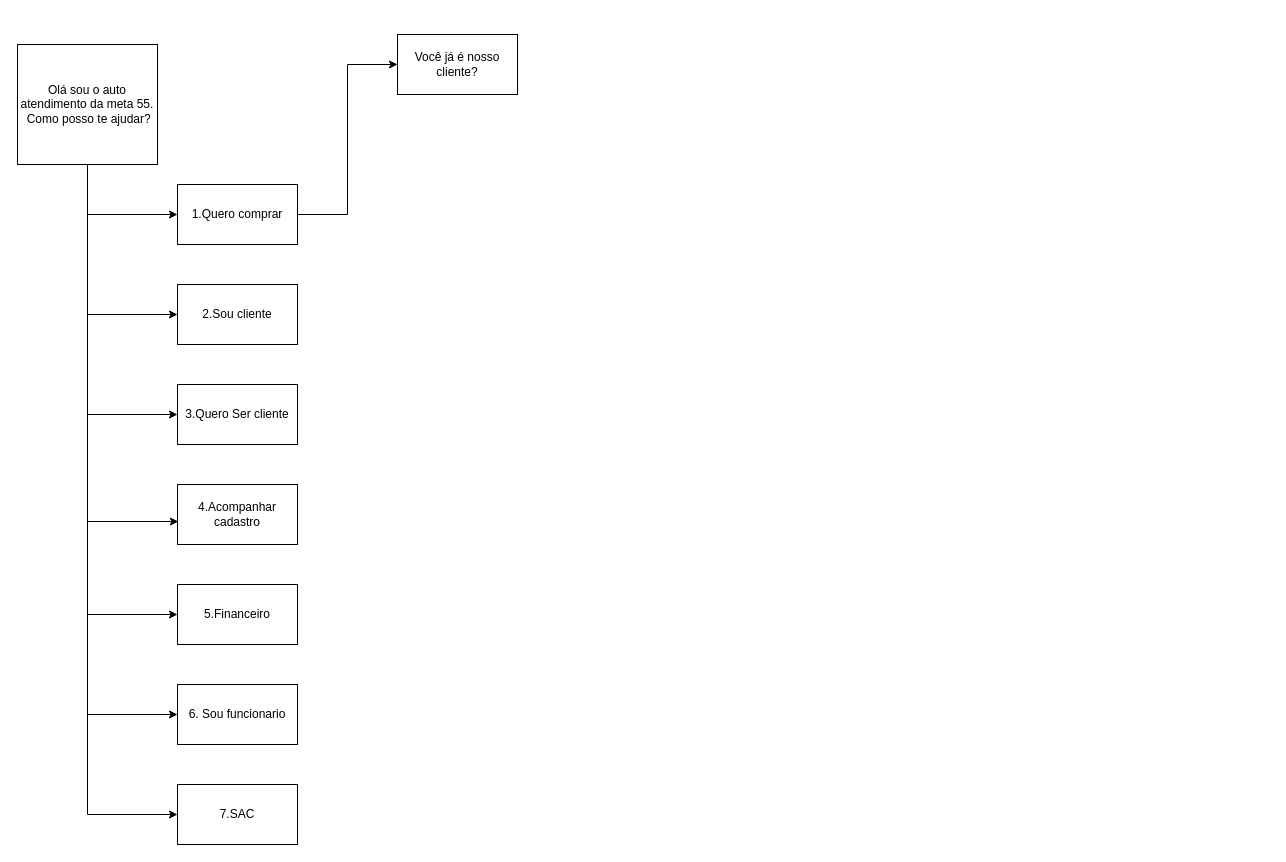
SamuelvLopes/assents keeps this draw.io diagram as Untitled Diagram.drawio. Above is the earlier version. Source tidied: cells renumbered, new cells numbered last; positions are measured from the earlier drawing's top-left corner, leaving out a move shared by most shapes. Both pictures are drawn from the tidied source at 100%, with x=0, y=0 at pixel (17, 34).
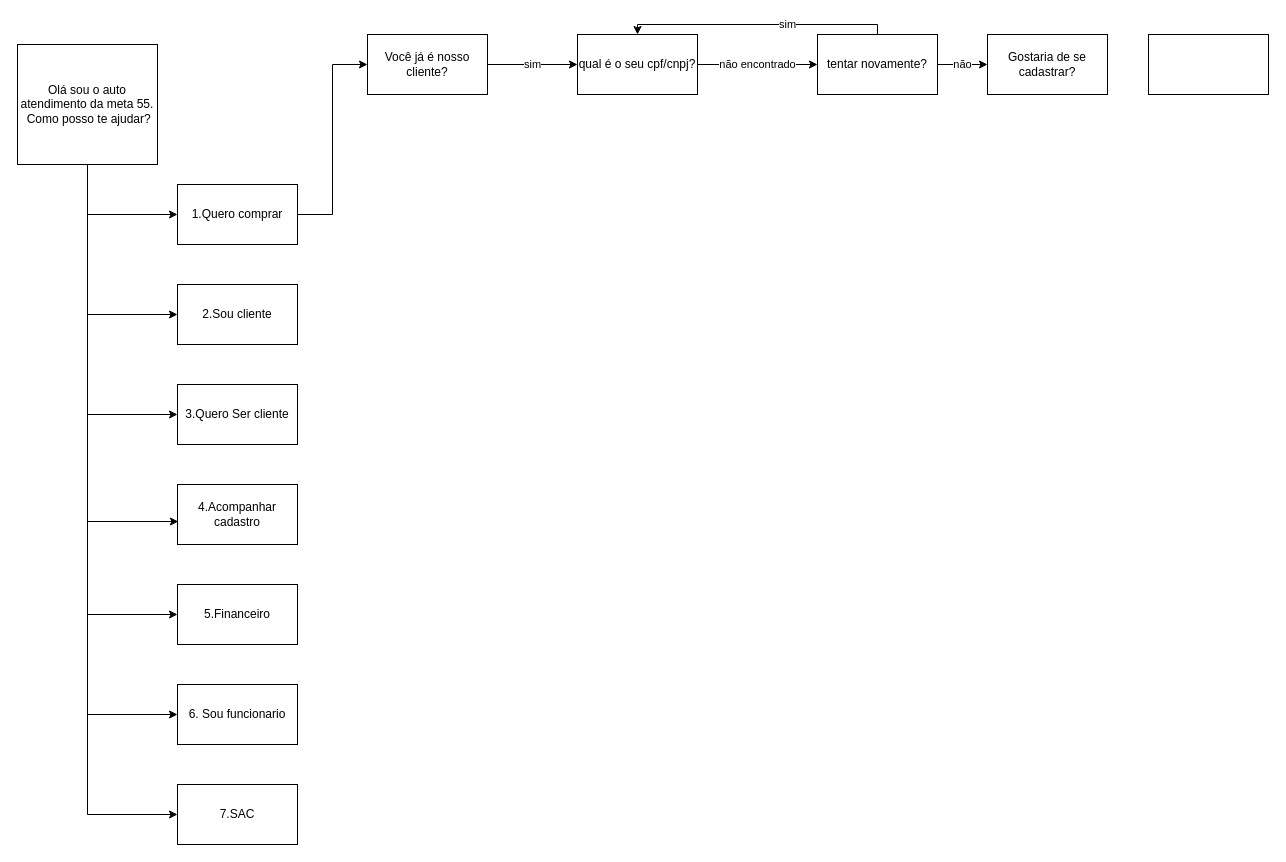
The same page after the edit.

Diff of the diagram source:
```diff
@@
+    <mxCell id="19" value="sim&lt;br&gt;" style="edgeStyle=orthogonalEdgeStyle;rounded=0;jettySize=auto;html=1;exitX=1;exitY=0.5;exitDx=0;exitDy=0;entryX=0;entryY=0.5;entryDx=0;entryDy=0;" parent="1" edge="1" source="18" target="21">
+      <mxGeometry relative="1" as="geometry" />
+    </mxCell>
     <mxCell id="18" value="Você já é nosso cliente?" style="rounded=0;whiteSpace=wrap;html=1;" parent="1" vertex="1">
-      <mxGeometry x="380" width="120" height="60" as="geometry" />
+      <mxGeometry x="350" width="120" height="60" as="geometry" />
     </mxCell>
+    <mxCell id="20" value="não encontrado" style="edgeStyle=orthogonalEdgeStyle;rounded=0;jettySize=auto;html=1;exitX=1;exitY=0.5;exitDx=0;exitDy=0;entryX=0;entryY=0.5;entryDx=0;entryDy=0;" parent="1" edge="1" source="21" target="24">
+      <mxGeometry relative="1" as="geometry" />
+    </mxCell>
+    <mxCell id="21" value="qual é o seu cpf/cnpj?&lt;br&gt;" style="rounded=0;whiteSpace=wrap;html=1;" parent="1" vertex="1">
+      <mxGeometry x="560" width="120" height="60" as="geometry" />
+    </mxCell>
+    <mxCell id="22" value="sim" style="edgeStyle=orthogonalEdgeStyle;rounded=0;jettySize=auto;html=1;exitX=0.5;exitY=1;exitDx=0;exitDy=0;" parent="1" edge="1" source="24">
+      <mxGeometry relative="1" as="geometry">
+        <mxPoint x="620" as="targetPoint" />
+        <Array as="points">
+          <mxPoint x="860" y="-10" />
+          <mxPoint x="620" y="-10" />
+        </Array>
+      </mxGeometry>
+    </mxCell>
+    <mxCell id="23" value="não" style="edgeStyle=orthogonalEdgeStyle;rounded=0;jettySize=auto;html=1;exitX=1;exitY=0.5;exitDx=0;exitDy=0;entryX=0;entryY=0.5;entryDx=0;entryDy=0;" parent="1" edge="1" source="24" target="25">
+      <mxGeometry relative="1" as="geometry" />
+    </mxCell>
+    <mxCell id="24" value="tentar novamente?" style="rounded=0;whiteSpace=wrap;html=1;" parent="1" vertex="1">
+      <mxGeometry x="800" width="120" height="60" as="geometry" />
+    </mxCell>
+    <mxCell id="25" value="Gostaria de se cadastrar?" style="rounded=0;whiteSpace=wrap;html=1;" parent="1" vertex="1">
+      <mxGeometry x="970" width="120" height="60" as="geometry" />
+    </mxCell>
+    <mxCell id="26" style="rounded=0;whiteSpace=wrap;html=1;" parent="1" vertex="1">
+      <mxGeometry x="1131" width="120" height="60" as="geometry" />
+    </mxCell>
```
